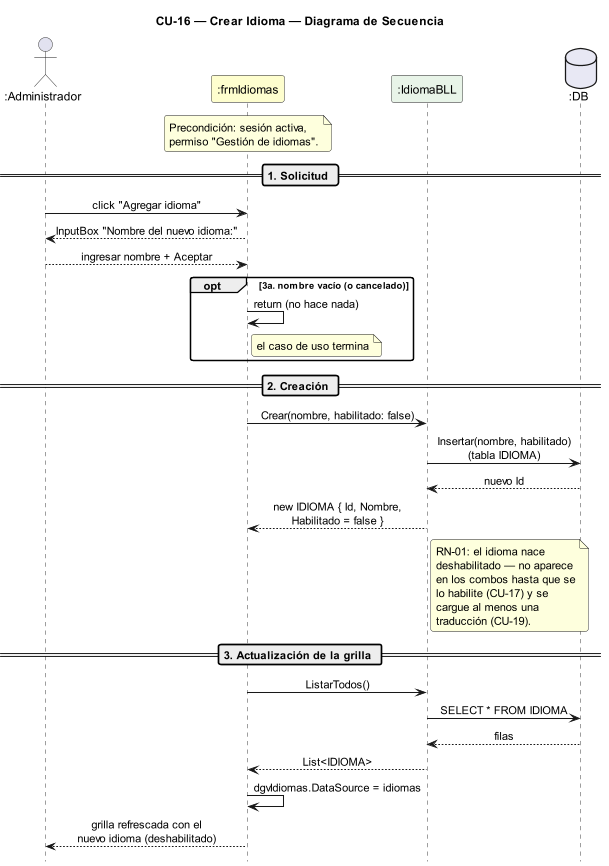
Earlier version of the PlantUML export DIAGRAMAS/DiagramaSecuencia_CU16_CrearIdioma.png (Jesifu/club-de-vinos-td).
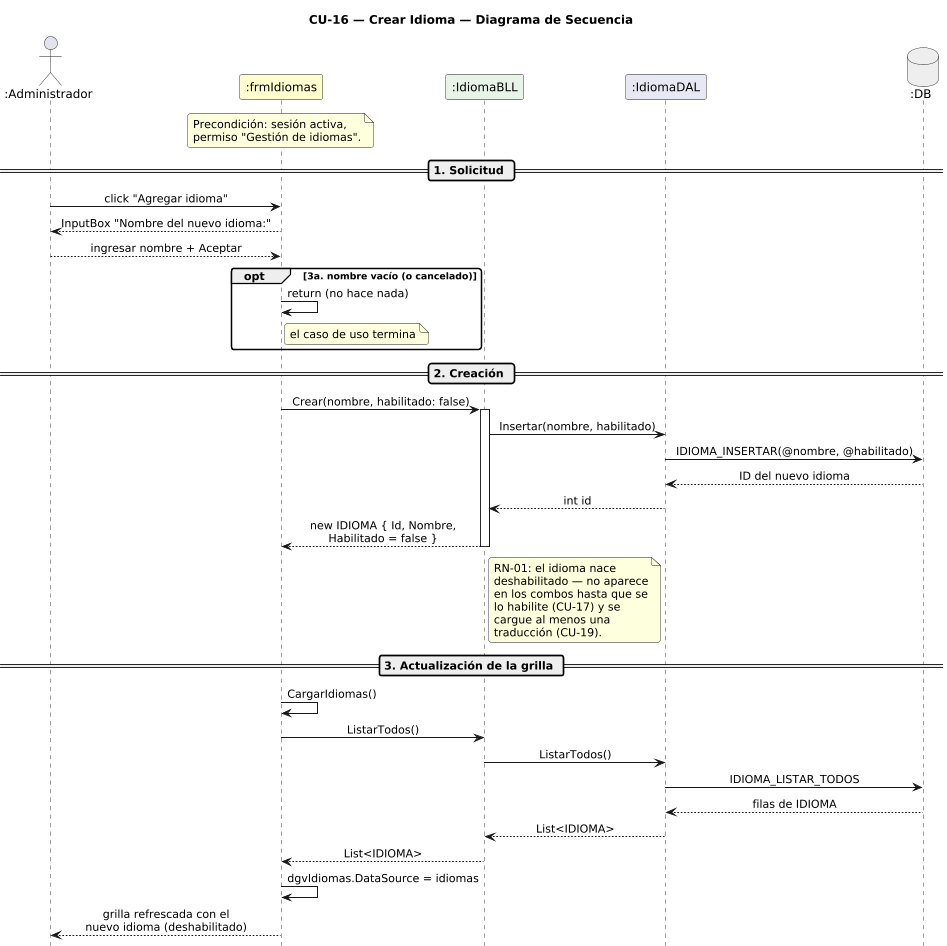
Later version of the same file.

The edit, as a diff of the source:
```diff
@@ -5,7 +5,6 @@
 skinparam shadowing false
 skinparam roundcorner 6
 skinparam sequenceArrowThickness 1.2
-skinparam ParticipantPadding 14
 skinparam sequenceMessageAlign center
 hide footbox
 scale 0.85
@@ -13,7 +12,8 @@
 actor       ":Administrador" as A
 participant ":frmIdiomas"    as FI #FEFECE
 participant ":IdiomaBLL"     as IB #E8F4E8
-database    ":DB"            as DB #E8E8F4
+participant ":IdiomaDAL"     as IDD #E8E8F4
+database    ":DB"            as DB #EEEEEE
 
 note over FI
   Precondición: sesión activa,
@@ -34,9 +34,13 @@
 == 2. Creación ==
 
 FI -> IB : Crear(nombre, habilitado: false)
-IB -> DB : Insertar(nombre, habilitado)\n(tabla IDIOMA)
-DB --> IB : nuevo Id
+activate IB
+IB -> IDD : Insertar(nombre, habilitado)
+IDD -> DB : IDIOMA_INSERTAR(@nombre, @habilitado)
+DB --> IDD : ID del nuevo idioma
+IDD --> IB : int id
 IB --> FI : new IDIOMA { Id, Nombre,\nHabilitado = false }
+deactivate IB
 
 note right of IB
   RN-01: el idioma nace
@@ -49,9 +53,12 @@
 
 == 3. Actualización de la grilla ==
 
+FI -> FI : CargarIdiomas()
 FI -> IB : ListarTodos()
-IB -> DB : SELECT * FROM IDIOMA
-DB --> IB : filas
+IB -> IDD : ListarTodos()
+IDD -> DB : IDIOMA_LISTAR_TODOS
+DB --> IDD : filas de IDIOMA
+IDD --> IB : List<IDIOMA>
 IB --> FI : List<IDIOMA>
 FI -> FI : dgvIdiomas.DataSource = idiomas
 FI --> A : grilla refrescada con el\nnuevo idioma (deshabilitado)
```
